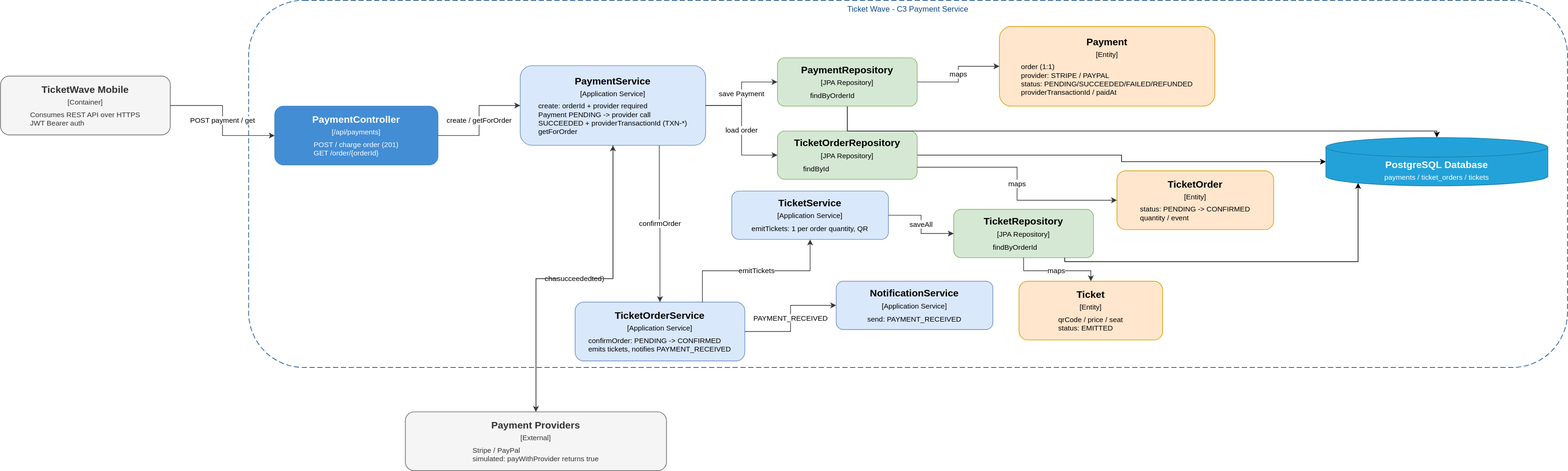
Before: diagrams/c4model/ticketwave-c3-payment-service.drawio.svg, a diagram exported from draw.io (Juanchoque1206/ticketwave-monolith). Source tidied: cells renumbered, new cells last; positions are measured from the earlier drawing's top-left corner, leaving out a move shared by most shapes.
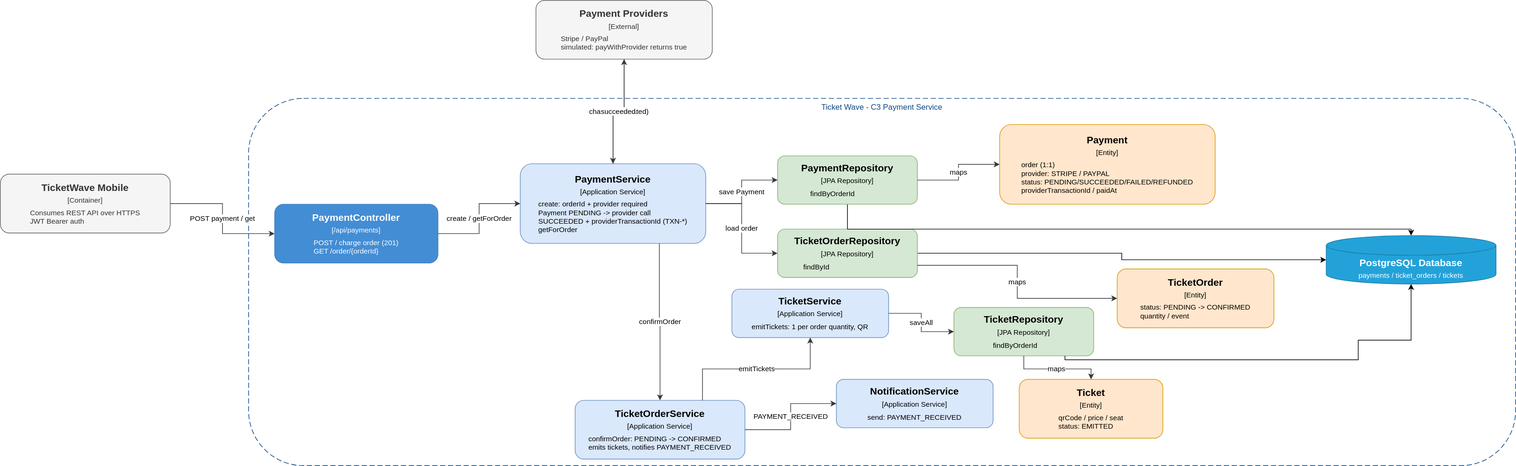
Later version of the same file.

Diff of the diagram source:
```diff
@@ -3,7 +3,7 @@
     <mxCell id="0" />
     <mxCell id="1" parent="0" />
     <mxCell id="2" value="Ticket Wave - C3 Payment Service" style="group;rounded=1;whiteSpace=wrap;html=1;dashed=1;strokeColor=#0b4884;fillColor=none;fontColor=#0b4884;dashPattern=8 4;" parent="1" vertex="1">
-      <mxGeometry x="380" width="2020" height="562" as="geometry" />
+      <mxGeometry x="380" width="1940" height="562" as="geometry" />
     </mxCell>
     <mxCell id="3" value="&lt;div style=&quot;border-color: rgb(218, 220, 224); font-size: 15px; font-weight: bold; margin-bottom: 4px;&quot;&gt;TicketService&lt;/div&gt;&lt;div style=&quot;border-color: rgb(218, 220, 224); font-size: 11px; margin-bottom: 6px;&quot;&gt;[Application Service]&lt;/div&gt;&lt;div style=&quot;border-color: rgb(218, 220, 224); font-size: 11px; text-align: left; padding: 0px 14px;&quot;&gt;emitTickets: 1 per order quantity, QR&lt;/div&gt;" style="rounded=1;whiteSpace=wrap;html=1;fillColor=#dae8fc;strokeColor=#6c8ebf;fontColor=#000000;" parent="1" vertex="1">
       <mxGeometry x="1120" y="292" width="240" height="74" as="geometry" />
@@ -24,7 +24,7 @@
       <mxGeometry x="1710" y="261" width="240" height="90" as="geometry" />
     </mxCell>
     <mxCell id="9" value="&lt;div style=&quot;border-color: rgb(218, 220, 224); font-size: 15px; font-weight: bold; margin-bottom: 4px;&quot;&gt;Payment Providers&lt;/div&gt;&lt;div style=&quot;border-color: rgb(218, 220, 224); font-size: 11px; margin-bottom: 6px;&quot;&gt;[External]&lt;/div&gt;&lt;div style=&quot;border-color: rgb(218, 220, 224); font-size: 11px; text-align: left; padding: 0px 14px;&quot;&gt;Stripe / PayPal&lt;/div&gt;&lt;div style=&quot;border-color: rgb(218, 220, 224); font-size: 11px; text-align: left; padding: 0px 14px;&quot;&gt;simulated: payWithProvider returns true&lt;/div&gt;" style="rounded=1;whiteSpace=wrap;html=1;fillColor=#f5f5f5;strokeColor=#666666;fontColor=#333333;" parent="1" vertex="1">
-      <mxGeometry x="620" y="630" width="400" height="90" as="geometry" />
+      <mxGeometry x="820" y="-150" width="270" height="90" as="geometry" />
     </mxCell>
     <mxCell id="10" value="&lt;div style=&quot;border-color: rgb(218, 220, 224); font-size: 15px; font-weight: bold; margin-bottom: 4px;&quot;&gt;TicketWave Mobile&lt;/div&gt;&lt;div style=&quot;border-color: rgb(218, 220, 224); font-size: 11px; margin-bottom: 6px;&quot;&gt;[Container]&lt;/div&gt;&lt;div style=&quot;border-color: rgb(218, 220, 224); font-size: 11px; text-align: left; padding: 0px 14px;&quot;&gt;Consumes REST API over HTTPS&lt;/div&gt;&lt;div style=&quot;border-color: rgb(218, 220, 224); font-size: 11px; text-align: left; padding: 0px 14px;&quot;&gt;JWT Bearer auth&lt;/div&gt;" style="rounded=1;whiteSpace=wrap;html=1;fillColor=#f5f5f5;strokeColor=#666666;fontColor=#333333;" parent="1" vertex="1">
       <mxGeometry y="116" width="260" height="90" as="geometry" />
@@ -42,7 +42,7 @@
       <mxGeometry x="1460" y="320" width="214" height="74" as="geometry" />
     </mxCell>
     <mxCell id="15" value="&lt;div style=&quot;border-color: rgb(218, 220, 224); font-size: 15px; font-weight: bold; margin-bottom: 4px;&quot;&gt;PostgreSQL Database&lt;/div&gt;&lt;div style=&quot;border-color: rgb(218, 220, 224); font-size: 11px; text-align: left; padding: 0px 14px;&quot;&gt;payments / ticket_orders / tickets&lt;/div&gt;" style="shape=cylinder3;whiteSpace=wrap;html=1;boundedLbl=1;backgroundOutline=1;size=15;fillColor=#23a2d9;strokeColor=#1a7da8;fontColor=#ffffff;" parent="1" vertex="1">
-      <mxGeometry x="2030" y="210" width="340" height="74" as="geometry" />
+      <mxGeometry x="2030" y="210" width="260" height="74" as="geometry" />
     </mxCell>
     <mxCell id="16" style="edgeStyle=orthogonalEdgeStyle;rounded=0;jettySize=auto;html=1;" parent="1" edge="1" source="17" target="15">
       <mxGeometry relative="1" as="geometry">
@@ -97,11 +97,13 @@
     <mxCell id="31" value="maps" style="rounded=0;jettySize=auto;html=1;edgeStyle=orthogonalEdgeStyle;strokeColor=#36393d;labelBackgroundColor=#ffffff;" parent="1" edge="1" source="14" target="12">
       <mxGeometry relative="1" as="geometry" />
     </mxCell>
-    <mxCell id="32" style="edgeStyle=orthogonalEdgeStyle;rounded=0;jettySize=auto;html=1;entryX=0.145;entryY=1;entryDx=0;entryDy=-4.35;entryPerimeter=0;" parent="1" edge="1" source="14" target="15">
+    <mxCell id="32" style="edgeStyle=orthogonalEdgeStyle;rounded=0;jettySize=auto;html=1;entryX=0.5;entryY=1;entryDx=0;entryDy=0;entryPerimeter=0;" parent="1" edge="1" source="14" target="15">
       <mxGeometry relative="1" as="geometry">
         <Array as="points">
           <mxPoint x="1630" y="400" />
           <mxPoint x="2079" y="400" />
+          <mxPoint x="2079" y="370" />
+          <mxPoint x="2160" y="370" />
         </Array>
       </mxGeometry>
     </mxCell>
```
